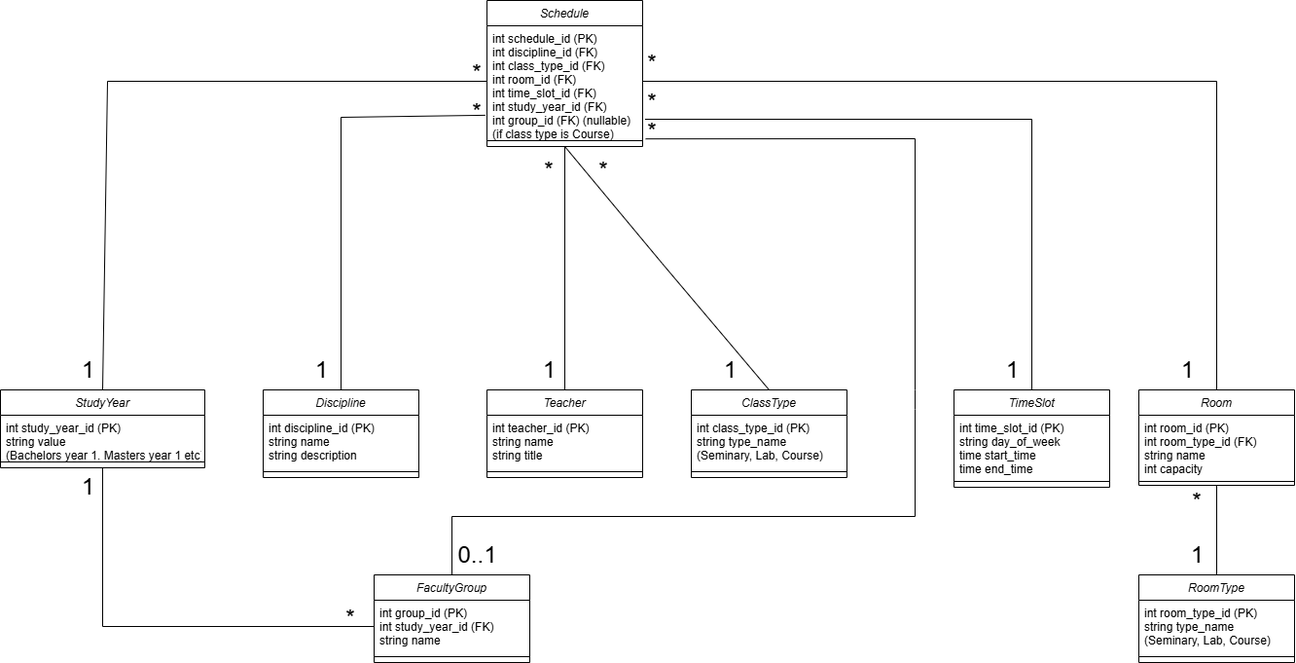
Earlier version of the draw.io export css.database/database_css.drawio.png (Sabjen79/proiect-css). Source tidied: cells renumbered, new cells last; positions are measured from the earlier drawing's top-left corner, leaving out a move shared by most shapes.
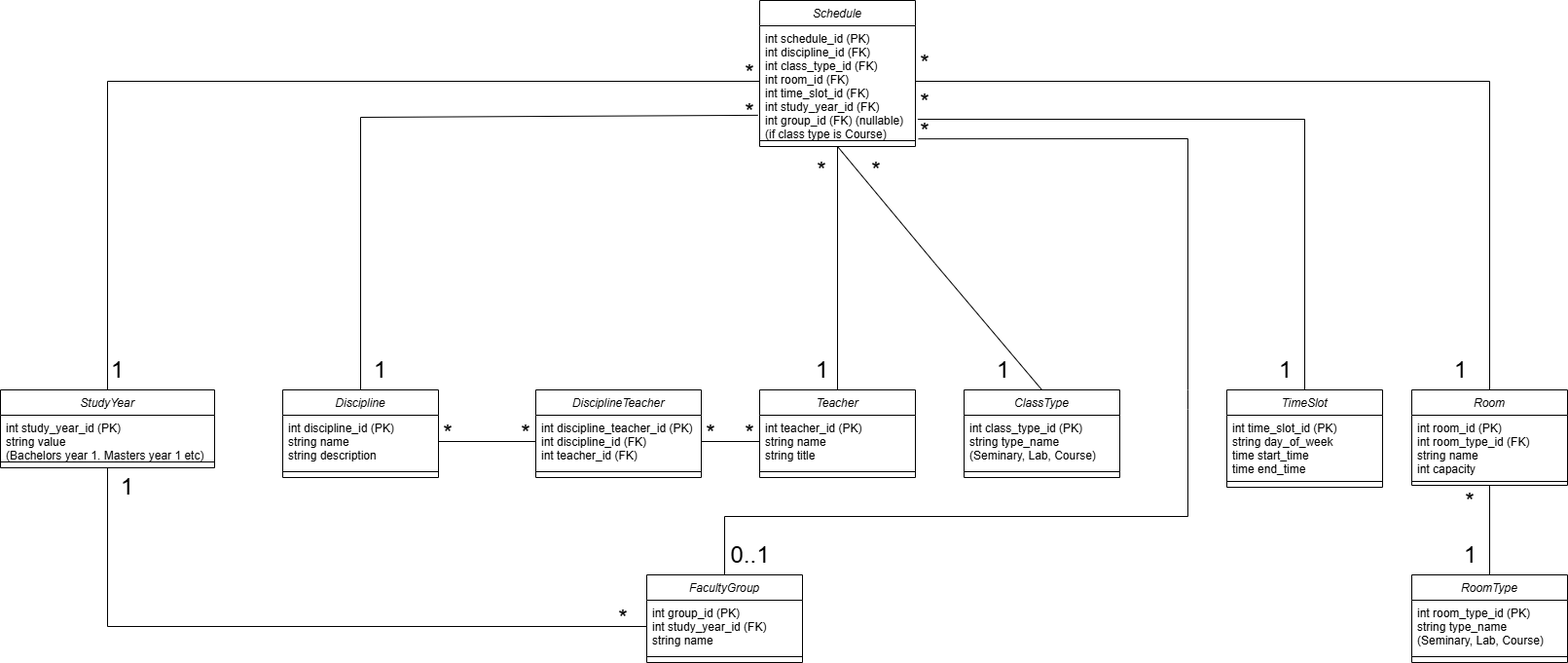
The same diagram one commit later.

Commit message:
added new database schema

Change to the diagram source:
```diff
@@ -12,16 +12,16 @@
       <mxGeometry y="140" width="160" height="8" as="geometry" />
     </mxCell>
     <mxCell id="5" value="StudyYear" style="swimlane;fontStyle=2;align=center;verticalAlign=top;horizontal=1;startSize=26;rounded=0;shadow=0;strokeWidth=1;" parent="1" vertex="1">
-      <mxGeometry y="400" width="210" height="80" as="geometry" />
+      <mxGeometry x="-280" y="400" width="220" height="80" as="geometry" />
     </mxCell>
     <mxCell id="6" value="int study_year_id (PK)&#10;string value&#10;(Bachelors year 1. Masters year 1 etc)&#10;&#10;" style="text;align=left;verticalAlign=top;spacingLeft=4;spacingRight=4;overflow=hidden;" parent="5" vertex="1">
-      <mxGeometry y="26" width="210" height="44" as="geometry" />
+      <mxGeometry y="26" width="220" height="44" as="geometry" />
     </mxCell>
     <mxCell id="7" style="line;html=1;strokeWidth=1;align=left;verticalAlign=middle;spacingTop=-1;spacingLeft=3;spacingRight=3;labelPosition=right;" parent="5" vertex="1">
-      <mxGeometry y="70" width="210" height="8" as="geometry" />
+      <mxGeometry y="70" width="220" height="8" as="geometry" />
     </mxCell>
     <mxCell id="8" value="Discipline" style="swimlane;fontStyle=2;align=center;verticalAlign=top;horizontal=1;startSize=26;rounded=0;shadow=0;strokeWidth=1;" parent="1" vertex="1">
-      <mxGeometry x="270" y="400" width="160" height="90" as="geometry" />
+      <mxGeometry x="10" y="400" width="160" height="90" as="geometry" />
     </mxCell>
     <mxCell id="9" value="int discipline_id (PK)&#10;string name&#10;string description" style="text;align=left;verticalAlign=top;spacingLeft=4;spacingRight=4;overflow=hidden;points=[[0,0.5],[1,0.5]];portConstraint=eastwest;" parent="8" vertex="1">
       <mxGeometry y="26" width="160" height="54" as="geometry" />
@@ -91,18 +91,17 @@
         <mxPoint x="580" y="400" as="sourcePoint" />
       </mxGeometry>
     </mxCell>
-    <mxCell id="31" style="endArrow=none;html=1;rounded=0;entryX=-0.011;entryY=0.806;entryDx=0;entryDy=0;entryPerimeter=0;" parent="1" edge="1" target="3">
+    <mxCell id="31" style="endArrow=none;html=1;rounded=0;entryX=-0.011;entryY=0.806;entryDx=0;entryDy=0;entryPerimeter=0;exitX=0.5;exitY=0;exitDx=0;exitDy=0;" parent="1" edge="1" source="8" target="3">
       <mxGeometry relative="1" as="geometry">
-        <mxPoint x="350" y="400" as="sourcePoint" />
         <Array as="points">
-          <mxPoint x="350" y="120" />
+          <mxPoint x="90" y="120" />
         </Array>
       </mxGeometry>
     </mxCell>
     <mxCell id="32" style="endArrow=none;html=1;rounded=0;exitX=0.5;exitY=0;exitDx=0;exitDy=0;entryX=0;entryY=0.5;entryDx=0;entryDy=0;" parent="1" edge="1" source="5" target="3">
       <mxGeometry relative="1" as="geometry">
         <Array as="points">
-          <mxPoint x="110" y="83" />
+          <mxPoint x="-170" y="83" />
         </Array>
       </mxGeometry>
     </mxCell>
@@ -149,7 +148,7 @@
     <mxCell id="38" style="endArrow=none;html=1;rounded=0;entryX=0;entryY=0.5;entryDx=0;entryDy=0;exitX=0.5;exitY=1;exitDx=0;exitDy=0;" parent="1" edge="1" source="5" target="27">
       <mxGeometry relative="1" as="geometry">
         <Array as="points">
-          <mxPoint x="105" y="643" />
+          <mxPoint x="-170" y="643" />
         </Array>
       </mxGeometry>
     </mxCell>
@@ -157,10 +156,10 @@
       <mxGeometry x="534" y="160" width="60" height="30" as="geometry" />
     </mxCell>
     <mxCell id="40" value="&lt;font style=&quot;font-size: 24px;&quot;&gt;1&lt;/font&gt;" style="text;html=1;align=center;verticalAlign=middle;strokeColor=none;fillColor=none;" parent="1" vertex="1">
-      <mxGeometry x="70" y="360" width="40" height="40" as="geometry" />
+      <mxGeometry x="-180" y="360" width="40" height="40" as="geometry" />
     </mxCell>
     <mxCell id="41" value="&lt;font style=&quot;font-size: 24px;&quot;&gt;1&lt;/font&gt;" style="text;html=1;align=center;verticalAlign=middle;strokeColor=none;fillColor=none;" parent="1" vertex="1">
-      <mxGeometry x="310" y="360" width="40" height="40" as="geometry" />
+      <mxGeometry x="90" y="360" width="40" height="40" as="geometry" />
     </mxCell>
     <mxCell id="42" value="&lt;font style=&quot;font-size: 24px;&quot;&gt;1&lt;/font&gt;" style="text;html=1;align=center;verticalAlign=middle;strokeColor=none;fillColor=none;" parent="1" vertex="1">
       <mxGeometry x="544" y="360" width="40" height="40" as="geometry" />
@@ -193,7 +192,7 @@
       <mxGeometry x="590" y="160" width="60" height="30" as="geometry" />
     </mxCell>
     <mxCell id="52" value="&lt;font style=&quot;font-size: 24px;&quot;&gt;1&lt;/font&gt;" style="text;html=1;align=center;verticalAlign=middle;strokeColor=none;fillColor=none;" parent="1" vertex="1">
-      <mxGeometry x="70" y="480" width="40" height="40" as="geometry" />
+      <mxGeometry x="-170" y="480" width="40" height="40" as="geometry" />
     </mxCell>
     <mxCell id="53" value="&lt;font style=&quot;font-size: 24px;&quot;&gt;*&lt;/font&gt;" style="text;html=1;align=center;verticalAlign=middle;whiteSpace=wrap;rounded=0;" parent="1" vertex="1">
       <mxGeometry x="330" y="620" width="60" height="30" as="geometry" />
@@ -207,5 +206,32 @@
     <mxCell id="56" value="&lt;font style=&quot;font-size: 24px;&quot;&gt;0..1&lt;/font&gt;" style="text;html=1;align=center;verticalAlign=middle;strokeColor=none;fillColor=none;" parent="1" vertex="1">
       <mxGeometry x="460" y="550" width="60" height="40" as="geometry" />
     </mxCell>
+    <mxCell id="57" value="DisciplineTeacher" style="swimlane;fontStyle=2;align=center;verticalAlign=top;horizontal=1;startSize=26;rounded=0;shadow=0;strokeWidth=1;" parent="1" vertex="1">
+      <mxGeometry x="270" y="400" width="170" height="90" as="geometry" />
+    </mxCell>
+    <mxCell id="58" value="int discipline_teacher_id (PK)&#10;int discipline_id (FK)&#10;int teacher_id (FK)" style="text;align=left;verticalAlign=top;spacingLeft=4;spacingRight=4;overflow=hidden;points=[[0,0.5],[1,0.5]];portConstraint=eastwest;" parent="57" vertex="1">
+      <mxGeometry y="26" width="170" height="54" as="geometry" />
+    </mxCell>
+    <mxCell id="59" style="line;html=1;strokeWidth=1;align=left;verticalAlign=middle;spacingTop=-1;spacingLeft=3;spacingRight=3;labelPosition=right;" parent="57" vertex="1">
+      <mxGeometry y="80" width="170" height="8" as="geometry" />
+    </mxCell>
+    <mxCell id="60" style="endArrow=none;html=1;rounded=0;exitX=1;exitY=0.5;exitDx=0;exitDy=0;entryX=0;entryY=0.5;entryDx=0;entryDy=0;" parent="1" edge="1" source="9" target="58">
+      <mxGeometry relative="1" as="geometry" />
+    </mxCell>
+    <mxCell id="61" style="endArrow=none;html=1;rounded=0;exitX=1;exitY=0.5;exitDx=0;exitDy=0;entryX=0;entryY=0.5;entryDx=0;entryDy=0;" parent="1" edge="1" source="58" target="12">
+      <mxGeometry relative="1" as="geometry" />
+    </mxCell>
+    <mxCell id="62" value="&lt;font style=&quot;font-size: 24px;&quot;&gt;*&lt;/font&gt;" style="text;html=1;align=center;verticalAlign=middle;whiteSpace=wrap;rounded=0;" parent="1" vertex="1">
+      <mxGeometry x="150" y="430" width="60" height="30" as="geometry" />
+    </mxCell>
+    <mxCell id="63" value="&lt;font style=&quot;font-size: 24px;&quot;&gt;*&lt;/font&gt;" style="text;html=1;align=center;verticalAlign=middle;whiteSpace=wrap;rounded=0;" parent="1" vertex="1">
+      <mxGeometry x="230" y="430" width="60" height="30" as="geometry" />
+    </mxCell>
+    <mxCell id="64" value="&lt;font style=&quot;font-size: 24px;&quot;&gt;*&lt;/font&gt;" style="text;html=1;align=center;verticalAlign=middle;whiteSpace=wrap;rounded=0;" parent="1" vertex="1">
+      <mxGeometry x="420" y="430" width="60" height="30" as="geometry" />
+    </mxCell>
+    <mxCell id="65" value="&lt;font style=&quot;font-size: 24px;&quot;&gt;*&lt;/font&gt;" style="text;html=1;align=center;verticalAlign=middle;whiteSpace=wrap;rounded=0;" parent="1" vertex="1">
+      <mxGeometry x="460" y="430" width="60" height="30" as="geometry" />
+    </mxCell>
   </root>
 </mxGraphModel>
```
